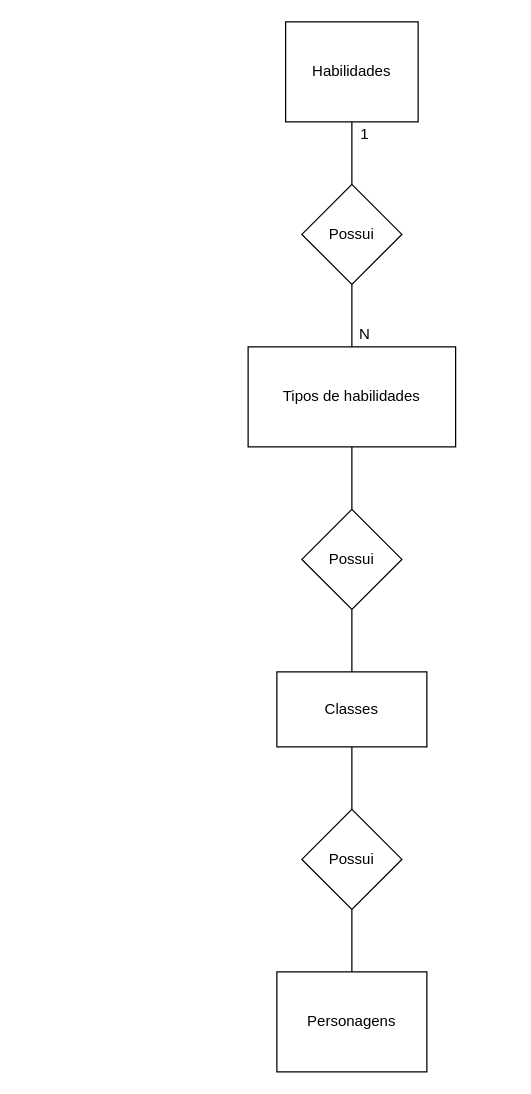
Above: Desafios/HROADS/Diagramas/Conceito/HroadsConceito.drawio in LeandroMCF/Senai_Sprint1_bd (draw.io), before the change. Source tidied: cells renumbered, new cells numbered last; positions are measured from the earlier drawing's top-left corner, leaving out a move shared by most shapes. Both pictures are drawn from the tidied source at 125%, with x=0, y=0 at pixel (248, 21).
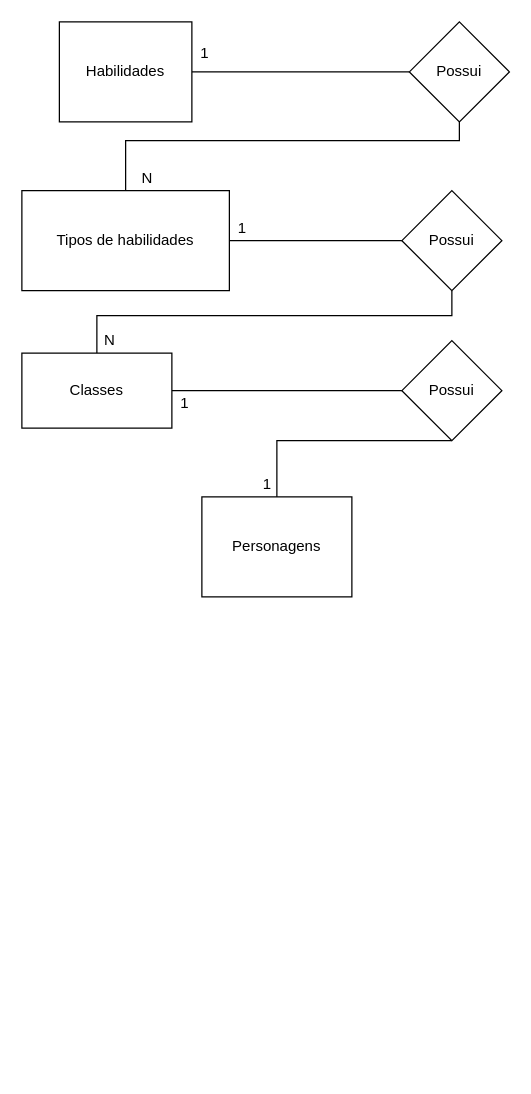
Above is the later version.

The edit, as a diff of the source:
```diff
@@
     <mxCell id="3" value="Habilidades" style="rounded=0;whiteSpace=wrap;html=1;" parent="1" vertex="1">
-      <mxGeometry x="30" width="106" height="80" as="geometry" />
+      <mxGeometry x="-151" width="106" height="80" as="geometry" />
     </mxCell>
     <mxCell id="4" style="edgeStyle=orthogonalEdgeStyle;rounded=0;jettySize=auto;html=1;endArrow=none;endFill=0;" parent="1" edge="1" source="5" target="7">
-      <mxGeometry relative="1" as="geometry" />
+      <mxGeometry relative="1" as="geometry">
+        <Array as="points">
+          <mxPoint x="169" y="95" />
+          <mxPoint x="-98" y="95" />
+        </Array>
+      </mxGeometry>
     </mxCell>
     <mxCell id="5" value="Possui" style="rhombus;whiteSpace=wrap;html=1;" parent="1" vertex="1">
-      <mxGeometry x="43" y="130" width="80" height="80" as="geometry" />
+      <mxGeometry x="129" width="80" height="80" as="geometry" />
     </mxCell>
@@
     <mxCell id="7" value="Tipos de habilidades" style="rounded=0;whiteSpace=wrap;html=1;" parent="1" vertex="1">
-      <mxGeometry y="260" width="166" height="80" as="geometry" />
+      <mxGeometry x="-181" y="135" width="166" height="80" as="geometry" />
     </mxCell>
     <mxCell id="8" value="1" style="text;html=1;align=center;verticalAlign=middle;" parent="1" vertex="1">
-      <mxGeometry x="83" y="80" width="20" height="20" as="geometry" />
+      <mxGeometry x="-45" y="15" width="20" height="20" as="geometry" />
     </mxCell>
     <mxCell id="9" value="N" style="text;html=1;align=center;verticalAlign=middle;" parent="1" vertex="1">
-      <mxGeometry x="83" y="240" width="20" height="20" as="geometry" />
+      <mxGeometry x="-91" y="115" width="20" height="20" as="geometry" />
     </mxCell>
     <mxCell id="10" style="edgeStyle=orthogonalEdgeStyle;rounded=0;jettySize=auto;html=1;endArrow=none;endFill=0;" parent="1" edge="1" source="11" target="13">
-      <mxGeometry relative="1" as="geometry" />
+      <mxGeometry relative="1" as="geometry">
+        <Array as="points">
+          <mxPoint x="163" y="235" />
+          <mxPoint x="-121" y="235" />
+        </Array>
+      </mxGeometry>
     </mxCell>
     <mxCell id="11" value="Possui" style="rhombus;whiteSpace=wrap;html=1;" parent="1" vertex="1">
-      <mxGeometry x="43" y="390" width="80" height="80" as="geometry" />
+      <mxGeometry x="123" y="135" width="80" height="80" as="geometry" />
     </mxCell>
@@
     <mxCell id="13" value="Classes" style="rounded=0;whiteSpace=wrap;html=1;" parent="1" vertex="1">
-      <mxGeometry x="23" y="520" width="120" height="60" as="geometry" />
+      <mxGeometry x="-181" y="265" width="120" height="60" as="geometry" />
     </mxCell>
-    <mxCell id="14" style="edgeStyle=orthogonalEdgeStyle;rounded=0;jettySize=auto;html=1;endArrow=none;endFill=0;" parent="1" edge="1" source="15" target="16">
-      <mxGeometry relative="1" as="geometry" />
+    <mxCell id="14" style="edgeStyle=orthogonalEdgeStyle;rounded=0;jettySize=auto;html=1;endArrow=none;endFill=0;exitX=0.5;exitY=1;exitDx=0;exitDy=0;" parent="1" edge="1" source="15" target="16">
+      <mxGeometry relative="1" as="geometry">
+        <Array as="points">
+          <mxPoint x="23" y="335" />
+        </Array>
+      </mxGeometry>
     </mxCell>
     <mxCell id="15" value="Possui" style="rhombus;whiteSpace=wrap;html=1;" parent="1" vertex="1">
-      <mxGeometry x="43" y="630" width="80" height="80" as="geometry" />
+      <mxGeometry x="123" y="255" width="80" height="80" as="geometry" />
     </mxCell>
     <mxCell id="16" value="Personagens" style="rounded=0;whiteSpace=wrap;html=1;" parent="1" vertex="1">
-      <mxGeometry x="23" y="760" width="120" height="80" as="geometry" />
+      <mxGeometry x="-37" y="380" width="120" height="80" as="geometry" />
     </mxCell>
+    <mxCell id="17" value="1" style="text;html=1;align=center;verticalAlign=middle;" parent="1" vertex="1">
+      <mxGeometry x="-15" y="155" width="20" height="20" as="geometry" />
+    </mxCell>
+    <mxCell id="18" value="N" style="text;html=1;align=center;verticalAlign=middle;" parent="1" vertex="1">
+      <mxGeometry x="-121" y="245" width="20" height="20" as="geometry" />
+    </mxCell>
+    <mxCell id="19" value="1" style="text;html=1;align=center;verticalAlign=middle;" parent="1" vertex="1">
+      <mxGeometry x="5" y="360" width="20" height="20" as="geometry" />
+    </mxCell>
+    <mxCell id="20" value="1" style="text;html=1;align=center;verticalAlign=middle;" parent="1" vertex="1">
+      <mxGeometry x="-61" y="295" width="20" height="20" as="geometry" />
+    </mxCell>
```
